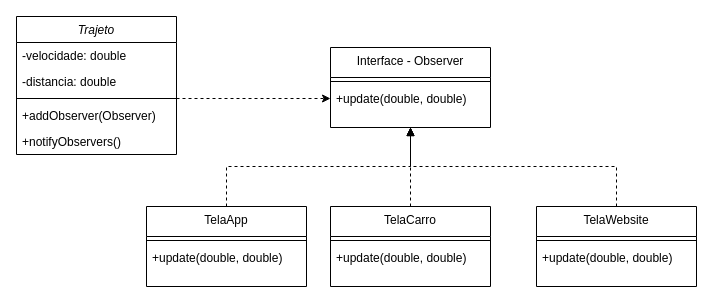
Before: Patterns/Observer/Solution/observer.drawio in aleclr/bertoti, a draw.io diagram. Source tidied: cells renumbered, new cells numbered last; positions are measured from the earlier drawing's top-left corner, leaving out a move shared by most shapes. Both pictures are drawn from the tidied source at 100%, with x=0, y=0 at pixel (16, 16).
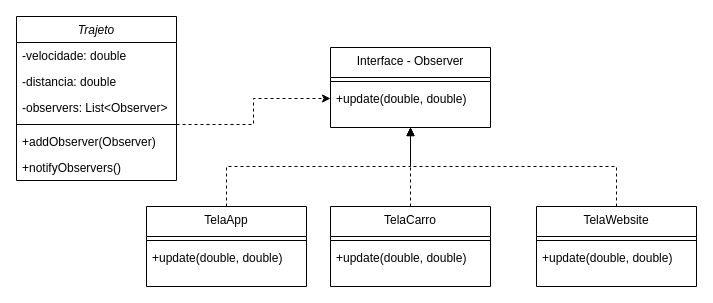
The same page after the edit.

Change to the diagram source:
```diff
@@
     <mxCell id="2" value="Trajeto" style="swimlane;fontStyle=2;align=center;verticalAlign=top;horizontal=1;startSize=26;rounded=0;shadow=0;strokeWidth=1;" parent="1" vertex="1">
-      <mxGeometry width="160" height="138" as="geometry" />
+      <mxGeometry width="160" height="164" as="geometry" />
     </mxCell>
@@
+    <mxCell id="24" value="-observers: List&lt;Observer&gt;" style="text;align=left;verticalAlign=top;spacingLeft=4;spacingRight=4;overflow=hidden;rounded=0;shadow=0;html=0;" parent="2" vertex="1">
+      <mxGeometry y="78" width="160" height="26" as="geometry" />
+    </mxCell>
     <mxCell id="5" style="line;html=1;strokeWidth=1;align=left;verticalAlign=middle;spacingTop=-1;spacingLeft=3;spacingRight=3;labelPosition=right;points=[];portConstraint=eastwest;" parent="2" vertex="1">
-      <mxGeometry y="78" width="160" height="8" as="geometry" />
+      <mxGeometry y="104" width="160" height="8" as="geometry" />
     </mxCell>
     <mxCell id="6" value="+addObserver(Observer)" style="text;align=left;verticalAlign=top;spacingLeft=4;spacingRight=4;overflow=hidden;" parent="2" vertex="1">
-      <mxGeometry y="86" width="160" height="26" as="geometry" />
+      <mxGeometry y="112" width="160" height="26" as="geometry" />
     </mxCell>
     <mxCell id="7" value="+notifyObservers()" style="text;align=left;verticalAlign=top;spacingLeft=4;spacingRight=4;overflow=hidden;" parent="2" vertex="1">
-      <mxGeometry y="112" width="160" height="26" as="geometry" />
+      <mxGeometry y="138" width="160" height="26" as="geometry" />
     </mxCell>
```
